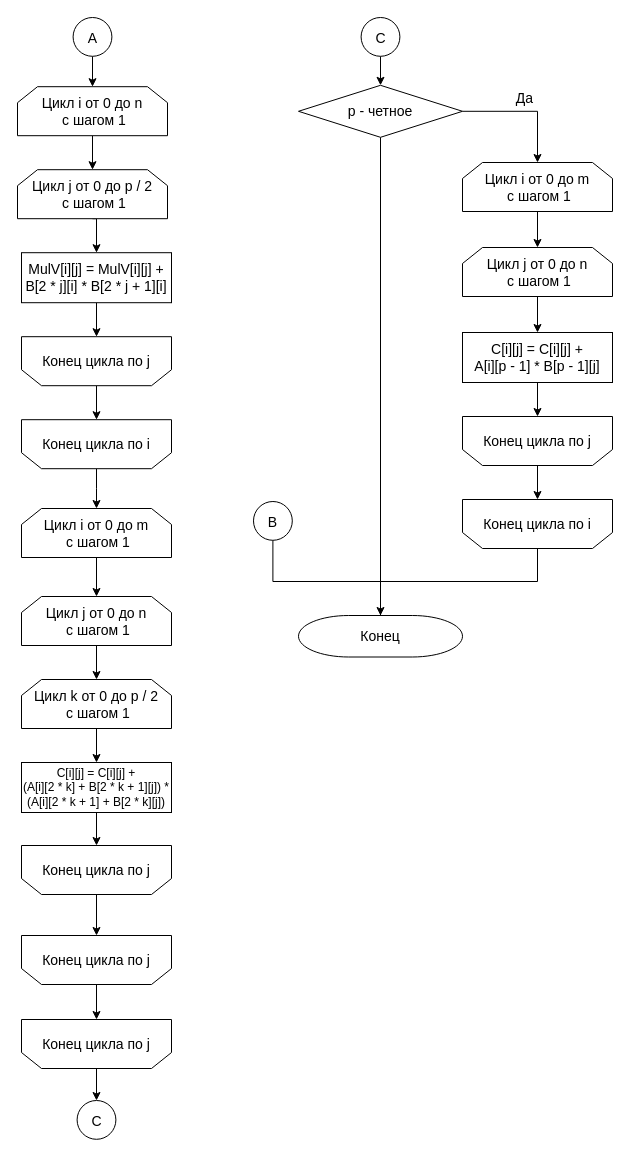
Above: page "Алгоритм Винограда ч.2" (3 of 6) of lab_02/report/schemes/algorithms.drawio in mshsvnv/AlgorithmAnalysis (draw.io), before the change. Source tidied: cells renumbered, new cells numbered last; positions are measured from the earlier drawing's top-left corner, leaving out a move shared by most shapes. Both pictures are drawn from the tidied source at 100%, with x=0, y=0 at pixel (17, 17).
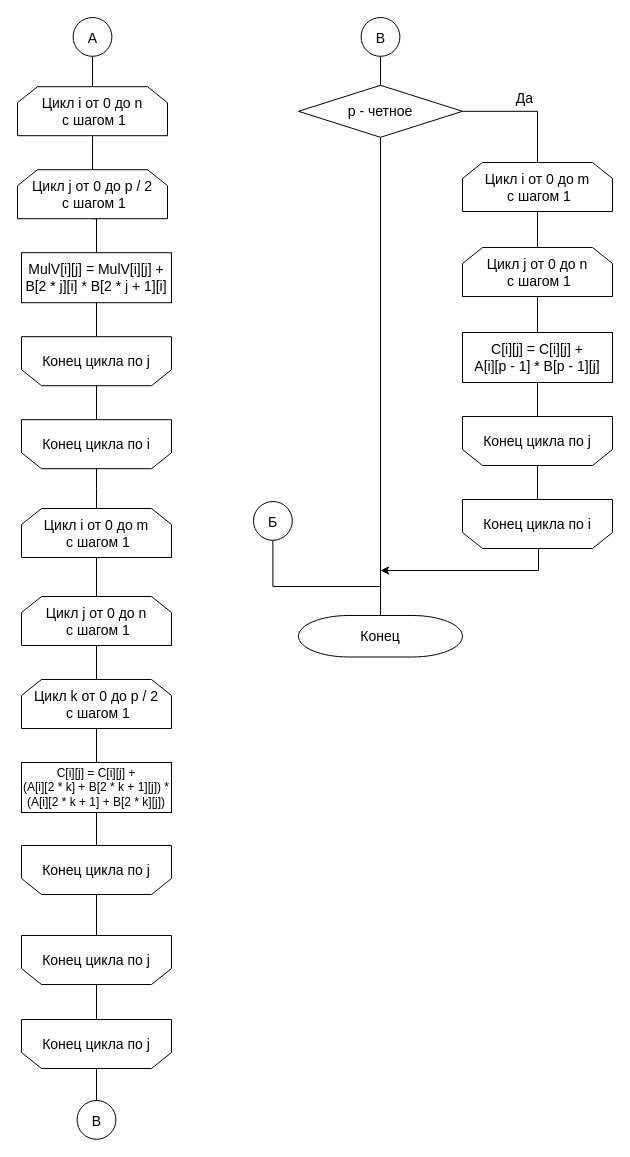
The same page after the edit.

The change refers to these unchanged cells:
```xml
<mxCell id="3" value="&lt;font style=&quot;font-size: 14px;&quot;&gt;Цикл i от 0 до n&lt;br&gt;&amp;nbsp;с шагом 1&lt;br&gt;&lt;/font&gt;" style="shape=loopLimit;whiteSpace=wrap;html=1;" parent="1" vertex="1">
  <mxGeometry y="69.2" width="150" height="49" as="geometry" />
</mxCell>
<mxCell id="5" value="&lt;font style=&quot;font-size: 14px;&quot;&gt;Цикл j от 0 до p / 2&lt;br&gt;&amp;nbsp;с шагом 1&lt;br&gt;&lt;/font&gt;" style="shape=loopLimit;whiteSpace=wrap;html=1;" parent="1" vertex="1">
  <mxGeometry y="152.2" width="150" height="49" as="geometry" />
</mxCell>
<mxCell id="7" value="&lt;font style=&quot;font-size: 14px;&quot;&gt;&amp;nbsp;MulV[i][j] = MulV[i][j] +&amp;nbsp;&lt;br&gt;B[2 * j][i] * B[2 * j + 1][i]&lt;/font&gt;" style="rounded=0;whiteSpace=wrap;html=1;absoluteArcSize=1;arcSize=14;strokeWidth=1;" parent="1" vertex="1">
  <mxGeometry x="4" y="235.2" width="150" height="50" as="geometry" />
</mxCell>
<mxCell id="9" value="&lt;font style=&quot;font-size: 14px;&quot;&gt;Конец цикла по j&lt;/font&gt;" style="shape=loopLimit;whiteSpace=wrap;html=1;flipV=1;" parent="1" vertex="1">
  <mxGeometry x="4" y="319.2" width="150" height="49" as="geometry" />
</mxCell>
<mxCell id="11" value="&lt;font style=&quot;font-size: 14px;&quot;&gt;Конец цикла по i&lt;/font&gt;" style="shape=loopLimit;whiteSpace=wrap;html=1;flipV=1;" parent="1" vertex="1">
  <mxGeometry x="4" y="402.2" width="150" height="49" as="geometry" />
</mxCell>
<mxCell id="13" value="&lt;font style=&quot;font-size: 14px;&quot; face=&quot;Helvetica&quot;&gt;A&lt;/font&gt;" style="ellipse;whiteSpace=wrap;html=1;hachureGap=4;fontFamily=Architects Daughter;fontSize=20;" parent="1" vertex="1">
  <mxGeometry x="55.6" width="38.8" height="38.8" as="geometry" />
</mxCell>
<mxCell id="15" value="&lt;font style=&quot;font-size: 14px;&quot;&gt;Цикл i от 0 до m&lt;br&gt;&amp;nbsp;с шагом 1&lt;br&gt;&lt;/font&gt;" style="shape=loopLimit;whiteSpace=wrap;html=1;" parent="1" vertex="1">
  <mxGeometry x="4" y="491" width="150" height="49" as="geometry" />
</mxCell>
<mxCell id="17" value="&lt;font style=&quot;font-size: 14px;&quot;&gt;Цикл j от 0 до n&lt;br&gt;&amp;nbsp;с шагом 1&lt;br&gt;&lt;/font&gt;" style="shape=loopLimit;whiteSpace=wrap;html=1;" parent="1" vertex="1">
  <mxGeometry x="4" y="579" width="150" height="49" as="geometry" />
</mxCell>
<mxCell id="19" value="&lt;font style=&quot;font-size: 14px;&quot;&gt;Цикл k от 0 до p / 2&lt;br&gt;&amp;nbsp;с шагом 1&lt;br&gt;&lt;/font&gt;" style="shape=loopLimit;whiteSpace=wrap;html=1;" parent="1" vertex="1">
  <mxGeometry x="4" y="662" width="150" height="49" as="geometry" />
</mxCell>
<mxCell id="21" value="&lt;font style=&quot;font-size: 12px;&quot;&gt;&amp;nbsp;C[i][j] = C[i][j] +&amp;nbsp;&lt;br&gt;(A[i][2 * k] + B[2 * k + 1][j]) * (A[i][2 * k + 1] + B[2 * k][j])&lt;/font&gt;" style="rounded=0;whiteSpace=wrap;html=1;absoluteArcSize=1;arcSize=14;strokeWidth=1;" parent="1" vertex="1">
  <mxGeometry x="4" y="745" width="150" height="50" as="geometry" />
</mxCell>
<mxCell id="23" value="&lt;font style=&quot;font-size: 14px;&quot;&gt;Конец цикла по j&lt;/font&gt;" style="shape=loopLimit;whiteSpace=wrap;html=1;flipV=1;" parent="1" vertex="1">
  <mxGeometry x="4" y="828" width="150" height="49" as="geometry" />
</mxCell>
<mxCell id="25" value="&lt;font style=&quot;font-size: 14px;&quot;&gt;Конец цикла по j&lt;/font&gt;" style="shape=loopLimit;whiteSpace=wrap;html=1;flipV=1;" parent="1" vertex="1">
  <mxGeometry x="4" y="918" width="150" height="49" as="geometry" />
</mxCell>
<mxCell id="28" value="&lt;font style=&quot;font-size: 14px;&quot;&gt;Конец цикла по j&lt;/font&gt;" style="shape=loopLimit;whiteSpace=wrap;html=1;flipV=1;" parent="1" vertex="1">
  <mxGeometry x="4" y="1002" width="150" height="49" as="geometry" />
</mxCell>
<mxCell id="34" value="&lt;span style=&quot;font-size: 14px;&quot;&gt;p - четное&lt;/span&gt;" style="strokeWidth=1;html=1;shape=mxgraph.flowchart.decision;whiteSpace=wrap;rounded=0;fontSize=11;" parent="1" vertex="1">
  <mxGeometry x="281" y="67.8" width="164" height="52" as="geometry" />
</mxCell>
<mxCell id="36" value="&lt;font style=&quot;font-size: 14px;&quot;&gt;Цикл i от 0 до m&lt;br&gt;&amp;nbsp;с шагом 1&lt;br&gt;&lt;/font&gt;" style="shape=loopLimit;whiteSpace=wrap;html=1;" parent="1" vertex="1">
  <mxGeometry x="445" y="145" width="150" height="49" as="geometry" />
</mxCell>
<mxCell id="38" value="&lt;font style=&quot;font-size: 14px;&quot;&gt;Цикл j от 0 до n&lt;br&gt;&amp;nbsp;с шагом 1&lt;br&gt;&lt;/font&gt;" style="shape=loopLimit;whiteSpace=wrap;html=1;" parent="1" vertex="1">
  <mxGeometry x="445" y="230" width="150" height="49" as="geometry" />
</mxCell>
<mxCell id="40" value="&lt;font style=&quot;font-size: 14px;&quot;&gt;&amp;nbsp;C[i][j] = C[i][j] +&amp;nbsp;&lt;br&gt;A[i][p - 1] * B[p - 1][j]&lt;br&gt;&lt;/font&gt;" style="rounded=0;whiteSpace=wrap;html=1;absoluteArcSize=1;arcSize=14;strokeWidth=1;" parent="1" vertex="1">
  <mxGeometry x="445" y="315" width="150" height="50" as="geometry" />
</mxCell>
<mxCell id="42" value="&lt;font style=&quot;font-size: 14px;&quot;&gt;Конец цикла по j&lt;/font&gt;" style="shape=loopLimit;whiteSpace=wrap;html=1;flipV=1;" parent="1" vertex="1">
  <mxGeometry x="445" y="399" width="150" height="49" as="geometry" />
</mxCell>
<mxCell id="43" value="&lt;font style=&quot;font-size: 14px;&quot;&gt;Конец цикла по i&lt;/font&gt;" style="shape=loopLimit;whiteSpace=wrap;html=1;flipV=1;" parent="1" vertex="1">
  <mxGeometry x="445" y="482" width="150" height="49" as="geometry" />
</mxCell>
<mxCell id="44" value="&lt;font style=&quot;font-size: 14px;&quot;&gt;Конец&lt;/font&gt;" style="strokeWidth=1;html=1;shape=mxgraph.flowchart.terminator;whiteSpace=wrap;" parent="1" vertex="1">
  <mxGeometry x="281" y="598" width="164" height="41.5" as="geometry" />
</mxCell>
```

Diff of the diagram source:
```diff
@@
-    <mxCell id="2" style="edgeStyle=orthogonalEdgeStyle;rounded=0;hachureGap=4;jettySize=auto;html=1;exitX=0.5;exitY=1;exitDx=0;exitDy=0;fontFamily=Architects Daughter;fontSize=16;shadow=0;" parent="1" edge="1" source="3" target="5">
+    <mxCell id="2" style="edgeStyle=orthogonalEdgeStyle;rounded=0;hachureGap=4;jettySize=auto;html=1;exitX=0.5;exitY=1;exitDx=0;exitDy=0;fontFamily=Architects Daughter;fontSize=16;shadow=0;endArrow=none;endFill=0;" parent="1" edge="1" source="3" target="5">
       <mxGeometry relative="1" as="geometry" />
     </mxCell>
@@
-    <mxCell id="4" style="edgeStyle=orthogonalEdgeStyle;rounded=0;hachureGap=4;jettySize=auto;html=1;exitX=0.5;exitY=1;exitDx=0;exitDy=0;entryX=0.5;entryY=0;entryDx=0;entryDy=0;fontFamily=Architects Daughter;fontSize=16;shadow=0;" parent="1" edge="1" source="5" target="7">
+    <mxCell id="4" style="edgeStyle=orthogonalEdgeStyle;rounded=0;hachureGap=4;jettySize=auto;html=1;exitX=0.5;exitY=1;exitDx=0;exitDy=0;entryX=0.5;entryY=0;entryDx=0;entryDy=0;fontFamily=Architects Daughter;fontSize=16;shadow=0;endArrow=none;endFill=0;" parent="1" edge="1" source="5" target="7">
       <mxGeometry relative="1" as="geometry" />
     </mxCell>
@@
-    <mxCell id="6" style="edgeStyle=orthogonalEdgeStyle;rounded=0;hachureGap=4;jettySize=auto;html=1;exitX=0.5;exitY=1;exitDx=0;exitDy=0;fontFamily=Architects Daughter;fontSize=16;shadow=0;" parent="1" edge="1" source="7" target="9">
+    <mxCell id="6" style="edgeStyle=orthogonalEdgeStyle;rounded=0;hachureGap=4;jettySize=auto;html=1;exitX=0.5;exitY=1;exitDx=0;exitDy=0;fontFamily=Architects Daughter;fontSize=16;shadow=0;endArrow=none;endFill=0;" parent="1" edge="1" source="7" target="9">
       <mxGeometry relative="1" as="geometry" />
     </mxCell>
@@
-    <mxCell id="8" style="edgeStyle=orthogonalEdgeStyle;rounded=0;hachureGap=4;jettySize=auto;html=1;exitX=0.5;exitY=1;exitDx=0;exitDy=0;entryX=0.5;entryY=0;entryDx=0;entryDy=0;fontFamily=Architects Daughter;fontSize=16;shadow=0;" parent="1" edge="1" source="9" target="11">
+    <mxCell id="8" style="edgeStyle=orthogonalEdgeStyle;rounded=0;hachureGap=4;jettySize=auto;html=1;exitX=0.5;exitY=1;exitDx=0;exitDy=0;entryX=0.5;entryY=0;entryDx=0;entryDy=0;fontFamily=Architects Daughter;fontSize=16;shadow=0;endArrow=none;endFill=0;" parent="1" edge="1" source="9" target="11">
       <mxGeometry relative="1" as="geometry" />
     </mxCell>
@@
-    <mxCell id="10" style="edgeStyle=orthogonalEdgeStyle;rounded=0;hachureGap=4;jettySize=auto;html=1;fontFamily=Architects Daughter;fontSize=16;" parent="1" edge="1" source="11" target="15">
+    <mxCell id="10" style="edgeStyle=orthogonalEdgeStyle;rounded=0;hachureGap=4;jettySize=auto;html=1;fontFamily=Architects Daughter;fontSize=16;endArrow=none;endFill=0;" parent="1" edge="1" source="11" target="15">
       <mxGeometry relative="1" as="geometry" />
     </mxCell>
@@
-    <mxCell id="12" style="edgeStyle=orthogonalEdgeStyle;rounded=0;hachureGap=4;jettySize=auto;html=1;exitX=0.5;exitY=1;exitDx=0;exitDy=0;entryX=0.5;entryY=0;entryDx=0;entryDy=0;fontFamily=Architects Daughter;fontSize=16;" parent="1" edge="1" source="13" target="3">
+    <mxCell id="12" style="edgeStyle=orthogonalEdgeStyle;rounded=0;hachureGap=4;jettySize=auto;html=1;exitX=0.5;exitY=1;exitDx=0;exitDy=0;entryX=0.5;entryY=0;entryDx=0;entryDy=0;fontFamily=Architects Daughter;fontSize=16;endArrow=none;endFill=0;" parent="1" edge="1" source="13" target="3">
       <mxGeometry relative="1" as="geometry" />
     </mxCell>
@@
-    <mxCell id="14" style="edgeStyle=orthogonalEdgeStyle;rounded=0;hachureGap=4;jettySize=auto;html=1;fontFamily=Architects Daughter;fontSize=16;" parent="1" edge="1" source="15" target="17">
+    <mxCell id="14" style="edgeStyle=orthogonalEdgeStyle;rounded=0;hachureGap=4;jettySize=auto;html=1;fontFamily=Architects Daughter;fontSize=16;endArrow=none;endFill=0;" parent="1" edge="1" source="15" target="17">
       <mxGeometry relative="1" as="geometry" />
     </mxCell>
@@
-    <mxCell id="16" style="edgeStyle=orthogonalEdgeStyle;rounded=0;hachureGap=4;jettySize=auto;html=1;exitX=0.5;exitY=1;exitDx=0;exitDy=0;fontFamily=Architects Daughter;fontSize=16;" parent="1" edge="1" source="17" target="19">
+    <mxCell id="16" style="edgeStyle=orthogonalEdgeStyle;rounded=0;hachureGap=4;jettySize=auto;html=1;exitX=0.5;exitY=1;exitDx=0;exitDy=0;fontFamily=Architects Daughter;fontSize=16;endArrow=none;endFill=0;" parent="1" edge="1" source="17" target="19">
       <mxGeometry relative="1" as="geometry" />
     </mxCell>
@@
-    <mxCell id="18" style="edgeStyle=orthogonalEdgeStyle;rounded=0;hachureGap=4;jettySize=auto;html=1;exitX=0.5;exitY=1;exitDx=0;exitDy=0;entryX=0.5;entryY=0;entryDx=0;entryDy=0;fontFamily=Architects Daughter;fontSize=16;" parent="1" edge="1" source="19" target="21">
+    <mxCell id="18" style="edgeStyle=orthogonalEdgeStyle;rounded=0;hachureGap=4;jettySize=auto;html=1;exitX=0.5;exitY=1;exitDx=0;exitDy=0;entryX=0.5;entryY=0;entryDx=0;entryDy=0;fontFamily=Architects Daughter;fontSize=16;endArrow=none;endFill=0;" parent="1" edge="1" source="19" target="21">
       <mxGeometry relative="1" as="geometry" />
     </mxCell>
@@
-    <mxCell id="20" style="edgeStyle=orthogonalEdgeStyle;rounded=0;hachureGap=4;jettySize=auto;html=1;exitX=0.5;exitY=1;exitDx=0;exitDy=0;fontFamily=Architects Daughter;fontSize=16;" parent="1" edge="1" source="21" target="23">
+    <mxCell id="20" style="edgeStyle=orthogonalEdgeStyle;rounded=0;hachureGap=4;jettySize=auto;html=1;exitX=0.5;exitY=1;exitDx=0;exitDy=0;fontFamily=Architects Daughter;fontSize=16;endArrow=none;endFill=0;" parent="1" edge="1" source="21" target="23">
       <mxGeometry relative="1" as="geometry" />
     </mxCell>
@@
-    <mxCell id="22" style="edgeStyle=orthogonalEdgeStyle;rounded=0;hachureGap=4;jettySize=auto;html=1;exitX=0.5;exitY=1;exitDx=0;exitDy=0;fontFamily=Architects Daughter;fontSize=16;" parent="1" edge="1" source="23" target="25">
+    <mxCell id="22" style="edgeStyle=orthogonalEdgeStyle;rounded=0;hachureGap=4;jettySize=auto;html=1;exitX=0.5;exitY=1;exitDx=0;exitDy=0;fontFamily=Architects Daughter;fontSize=16;endArrow=none;endFill=0;" parent="1" edge="1" source="23" target="25">
       <mxGeometry relative="1" as="geometry" />
     </mxCell>
@@
-    <mxCell id="24" style="edgeStyle=orthogonalEdgeStyle;rounded=0;hachureGap=4;jettySize=auto;html=1;exitX=0.5;exitY=1;exitDx=0;exitDy=0;fontFamily=Architects Daughter;fontSize=16;" parent="1" edge="1" source="25" target="28">
+    <mxCell id="24" style="edgeStyle=orthogonalEdgeStyle;rounded=0;hachureGap=4;jettySize=auto;html=1;exitX=0.5;exitY=1;exitDx=0;exitDy=0;fontFamily=Architects Daughter;fontSize=16;endArrow=none;endFill=0;" parent="1" edge="1" source="25" target="28">
       <mxGeometry relative="1" as="geometry" />
     </mxCell>
@@
-    <mxCell id="26" value="&lt;font style=&quot;font-size: 14px;&quot; face=&quot;Helvetica&quot;&gt;C&lt;/font&gt;" style="ellipse;whiteSpace=wrap;html=1;hachureGap=4;fontFamily=Architects Daughter;fontSize=20;" parent="1" vertex="1">
+    <mxCell id="26" value="&lt;font style=&quot;font-size: 14px;&quot; face=&quot;Helvetica&quot;&gt;В&lt;/font&gt;" style="ellipse;whiteSpace=wrap;html=1;hachureGap=4;fontFamily=Architects Daughter;fontSize=20;" parent="1" vertex="1">
       <mxGeometry x="59.6" y="1083" width="38.8" height="38.8" as="geometry" />
     </mxCell>
-    <mxCell id="27" style="edgeStyle=orthogonalEdgeStyle;rounded=0;hachureGap=4;jettySize=auto;html=1;exitX=0.5;exitY=1;exitDx=0;exitDy=0;fontFamily=Architects Daughter;fontSize=16;" parent="1" edge="1" source="28" target="26">
+    <mxCell id="27" style="edgeStyle=orthogonalEdgeStyle;rounded=0;hachureGap=4;jettySize=auto;html=1;exitX=0.5;exitY=1;exitDx=0;exitDy=0;fontFamily=Architects Daughter;fontSize=16;endArrow=none;endFill=0;" parent="1" edge="1" source="28" target="26">
       <mxGeometry relative="1" as="geometry" />
     </mxCell>
@@
-    <mxCell id="29" style="edgeStyle=orthogonalEdgeStyle;rounded=0;hachureGap=4;jettySize=auto;html=1;exitX=0.5;exitY=1;exitDx=0;exitDy=0;fontFamily=Architects Daughter;fontSize=16;" parent="1" edge="1" source="30" target="34">
+    <mxCell id="29" style="edgeStyle=orthogonalEdgeStyle;rounded=0;hachureGap=4;jettySize=auto;html=1;exitX=0.5;exitY=1;exitDx=0;exitDy=0;fontFamily=Architects Daughter;fontSize=16;endArrow=none;endFill=0;" parent="1" edge="1" source="30" target="34">
       <mxGeometry relative="1" as="geometry" />
     </mxCell>
-    <mxCell id="30" value="&lt;font style=&quot;font-size: 14px;&quot; face=&quot;Helvetica&quot;&gt;C&lt;/font&gt;" style="ellipse;whiteSpace=wrap;html=1;hachureGap=4;fontFamily=Architects Daughter;fontSize=20;" parent="1" vertex="1">
+    <mxCell id="30" value="&lt;font style=&quot;font-size: 14px;&quot; face=&quot;Helvetica&quot;&gt;В&lt;/font&gt;" style="ellipse;whiteSpace=wrap;html=1;hachureGap=4;fontFamily=Architects Daughter;fontSize=20;" parent="1" vertex="1">
       <mxGeometry x="343.6" width="38.8" height="38.8" as="geometry" />
     </mxCell>
-    <mxCell id="31" style="edgeStyle=orthogonalEdgeStyle;rounded=0;hachureGap=4;jettySize=auto;html=1;exitX=1;exitY=0.5;exitDx=0;exitDy=0;exitPerimeter=0;fontFamily=Architects Daughter;fontSize=16;" parent="1" edge="1" source="34" target="36">
+    <mxCell id="31" style="edgeStyle=orthogonalEdgeStyle;rounded=0;hachureGap=4;jettySize=auto;html=1;exitX=1;exitY=0.5;exitDx=0;exitDy=0;exitPerimeter=0;fontFamily=Architects Daughter;fontSize=16;endArrow=none;endFill=0;" parent="1" edge="1" source="34" target="36">
       <mxGeometry relative="1" as="geometry" />
     </mxCell>
@@
-    <mxCell id="35" style="edgeStyle=orthogonalEdgeStyle;rounded=0;hachureGap=4;jettySize=auto;html=1;exitX=0.5;exitY=1;exitDx=0;exitDy=0;fontFamily=Architects Daughter;fontSize=16;" parent="1" edge="1" source="36" target="38">
+    <mxCell id="35" style="edgeStyle=orthogonalEdgeStyle;rounded=0;hachureGap=4;jettySize=auto;html=1;exitX=0.5;exitY=1;exitDx=0;exitDy=0;fontFamily=Architects Daughter;fontSize=16;endArrow=none;endFill=0;" parent="1" edge="1" source="36" target="38">
       <mxGeometry relative="1" as="geometry" />
     </mxCell>
@@
-    <mxCell id="37" style="edgeStyle=orthogonalEdgeStyle;rounded=0;hachureGap=4;jettySize=auto;html=1;exitX=0.5;exitY=1;exitDx=0;exitDy=0;fontFamily=Architects Daughter;fontSize=16;" parent="1" edge="1" source="38" target="40">
+    <mxCell id="37" style="edgeStyle=orthogonalEdgeStyle;rounded=0;hachureGap=4;jettySize=auto;html=1;exitX=0.5;exitY=1;exitDx=0;exitDy=0;fontFamily=Architects Daughter;fontSize=16;endArrow=none;endFill=0;" parent="1" edge="1" source="38" target="40">
       <mxGeometry relative="1" as="geometry" />
     </mxCell>
@@
-    <mxCell id="39" style="edgeStyle=orthogonalEdgeStyle;rounded=0;hachureGap=4;jettySize=auto;html=1;exitX=0.5;exitY=1;exitDx=0;exitDy=0;entryX=0.5;entryY=0;entryDx=0;entryDy=0;fontFamily=Architects Daughter;fontSize=16;" parent="1" edge="1" source="40" target="42">
+    <mxCell id="39" style="edgeStyle=orthogonalEdgeStyle;rounded=0;hachureGap=4;jettySize=auto;html=1;exitX=0.5;exitY=1;exitDx=0;exitDy=0;entryX=0.5;entryY=0;entryDx=0;entryDy=0;fontFamily=Architects Daughter;fontSize=16;endArrow=none;endFill=0;" parent="1" edge="1" source="40" target="42">
       <mxGeometry relative="1" as="geometry" />
     </mxCell>
@@
-    <mxCell id="41" style="edgeStyle=orthogonalEdgeStyle;rounded=0;hachureGap=4;jettySize=auto;html=1;exitX=0.5;exitY=1;exitDx=0;exitDy=0;fontFamily=Architects Daughter;fontSize=16;" parent="1" edge="1" source="42" target="43">
+    <mxCell id="41" style="edgeStyle=orthogonalEdgeStyle;rounded=0;hachureGap=4;jettySize=auto;html=1;exitX=0.5;exitY=1;exitDx=0;exitDy=0;fontFamily=Architects Daughter;fontSize=16;endArrow=none;endFill=0;" parent="1" edge="1" source="42" target="43">
       <mxGeometry relative="1" as="geometry" />
     </mxCell>
@@
-    <mxCell id="45" style="edgeStyle=orthogonalEdgeStyle;rounded=0;hachureGap=4;jettySize=auto;html=1;exitX=0.5;exitY=1;exitDx=0;exitDy=0;entryX=0.5;entryY=0;entryDx=0;entryDy=0;entryPerimeter=0;fontFamily=Architects Daughter;fontSize=16;" parent="1" edge="1" source="43" target="44">
-      <mxGeometry relative="1" as="geometry">
-        <Array as="points">
-          <mxPoint x="520" y="564" />
-          <mxPoint x="363" y="564" />
-        </Array>
-      </mxGeometry>
-    </mxCell>
     <mxCell id="46" style="edgeStyle=orthogonalEdgeStyle;rounded=0;hachureGap=4;jettySize=auto;html=1;exitX=0.5;exitY=1;exitDx=0;exitDy=0;fontFamily=Architects Daughter;fontSize=16;endArrow=none;endFill=0;" parent="1" edge="1" source="47" target="44">
       <mxGeometry relative="1" as="geometry">
         <Array as="points">
-          <mxPoint x="255" y="564" />
-          <mxPoint x="363" y="564" />
+          <mxPoint x="255" y="569" />
+          <mxPoint x="363" y="569" />
         </Array>
       </mxGeometry>
     </mxCell>
-    <mxCell id="47" value="&lt;font face=&quot;Helvetica&quot;&gt;&lt;span style=&quot;font-size: 14px;&quot;&gt;B&lt;/span&gt;&lt;/font&gt;" style="ellipse;whiteSpace=wrap;html=1;hachureGap=4;fontFamily=Architects Daughter;fontSize=20;" parent="1" vertex="1">
+    <mxCell id="47" value="&lt;font face=&quot;Helvetica&quot;&gt;&lt;span style=&quot;font-size: 14px;&quot;&gt;Б&lt;/span&gt;&lt;/font&gt;" style="ellipse;whiteSpace=wrap;html=1;hachureGap=4;fontFamily=Architects Daughter;fontSize=20;" parent="1" vertex="1">
       <mxGeometry x="236" y="484" width="38.8" height="38.8" as="geometry" />
     </mxCell>
+    <mxCell id="48" style="endArrow=none;html=1;rounded=0;edgeStyle=orthogonalEdgeStyle;elbow=vertical;startArrow=classic;startFill=1;endFill=0;" parent="1" edge="1">
+      <mxGeometry relative="1" as="geometry">
+        <mxPoint x="363" y="553" as="sourcePoint" />
+        <mxPoint x="523" y="531" as="targetPoint" />
+        <Array as="points">
+          <mxPoint x="521" y="553" />
+          <mxPoint x="521" y="531" />
+        </Array>
+      </mxGeometry>
+    </mxCell>
```
